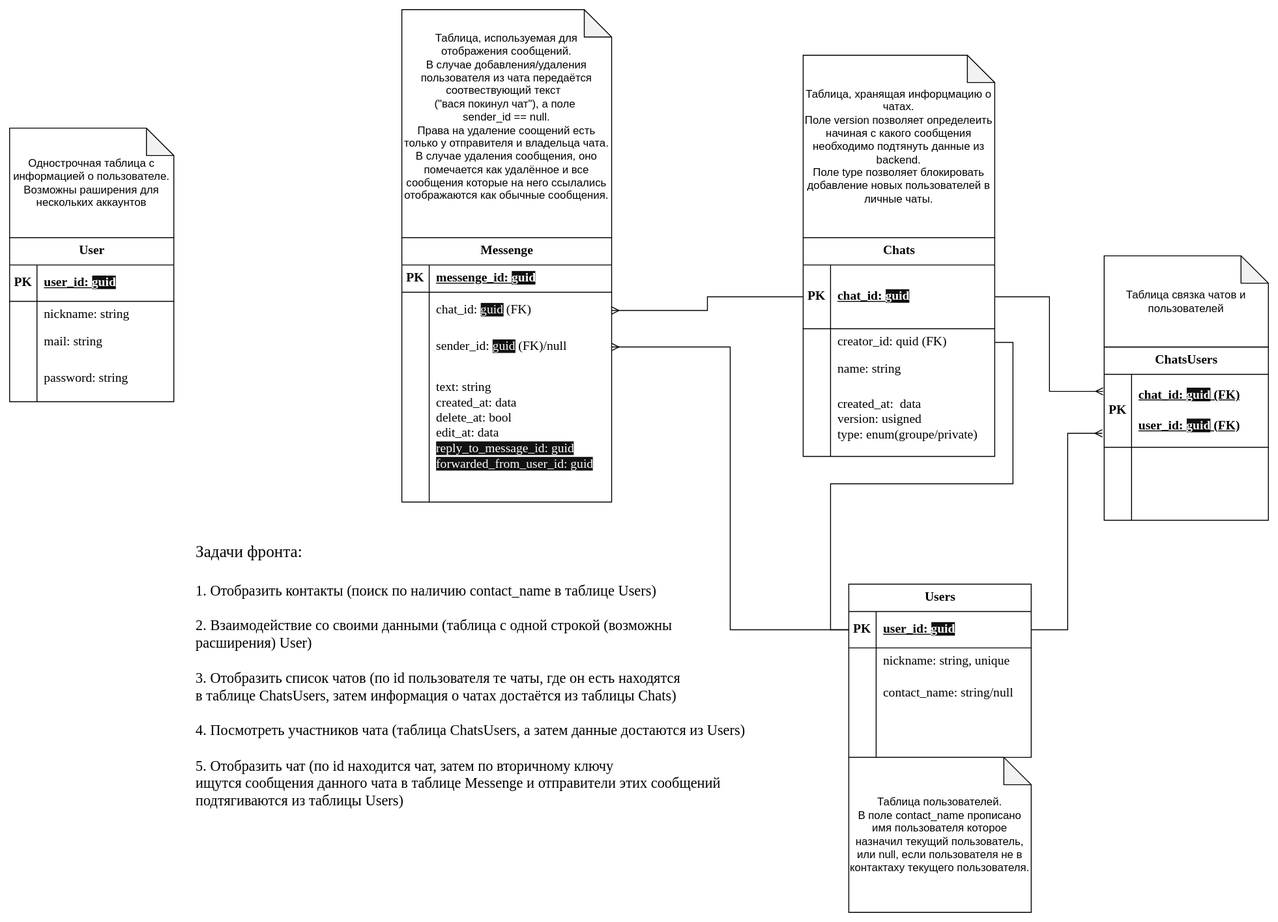
This is docs/front/DB.svg from iuschnic/simple-messenger, a draw.io export, as it was before one commit. Source tidied: cells renumbered, new cells last; positions are measured from the earlier drawing's top-left corner, leaving out a move shared by most shapes.
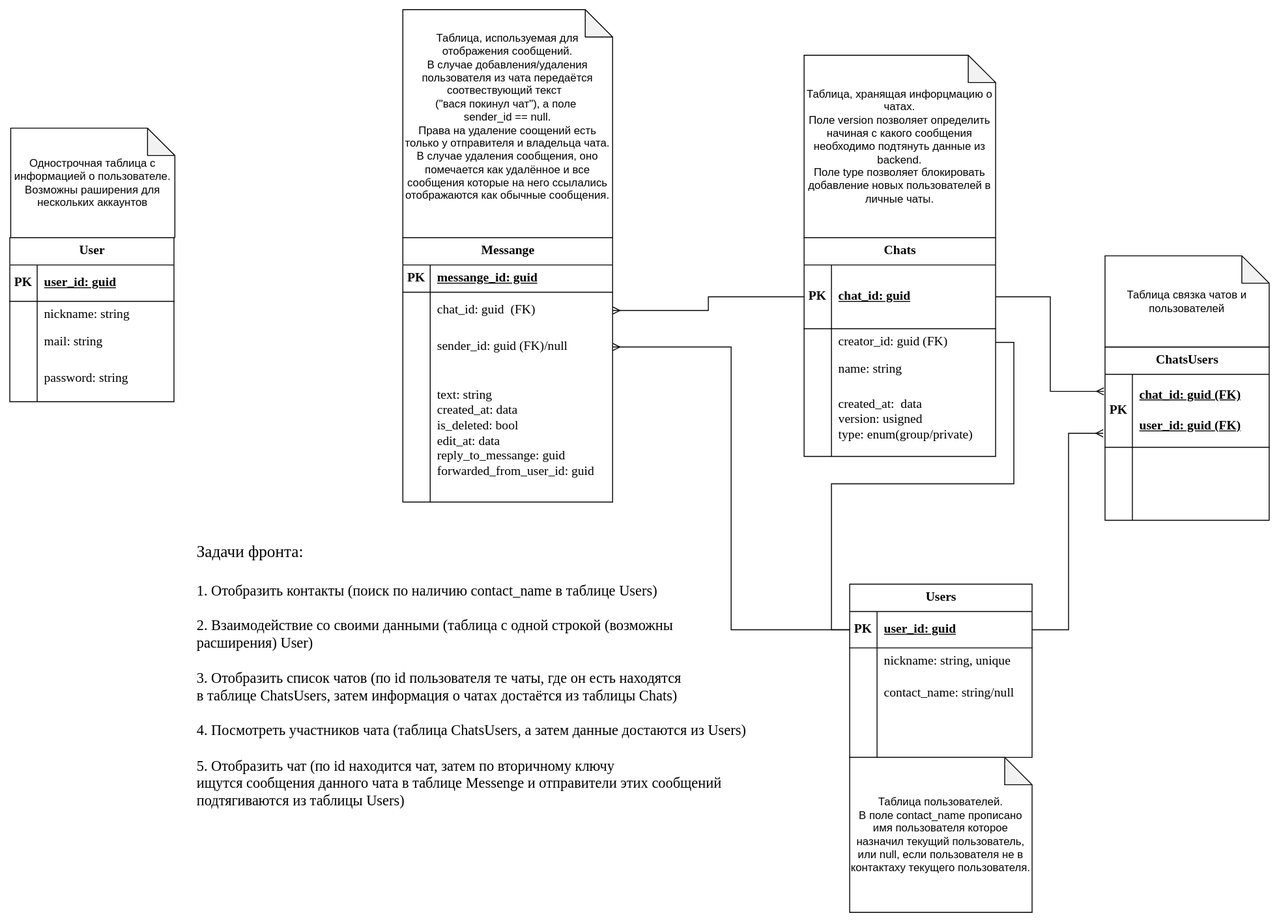
The same diagram one commit later.

Commit message:
Исправила замечания

Change to the diagram source:
```diff
@@ -2,7 +2,7 @@
   <root>
     <mxCell id="0" />
     <mxCell id="1" parent="0" />
-    <mxCell id="2" value="Messenge" style="shape=table;startSize=30;rowLines=0;fontStyle=1;align=center;html=1;fontFamily=Times New Roman;fontSize=14;" parent="1" vertex="1">
+    <mxCell id="2" value="Messange" style="shape=table;startSize=30;rowLines=0;fontStyle=1;align=center;html=1;fontFamily=Times New Roman;fontSize=14;" parent="1" vertex="1">
       <mxGeometry x="430" y="250" width="230" height="290" as="geometry" />
     </mxCell>
     <mxCell id="3" style="shape=tableRow;horizontal=0;startSize=0;swimlaneHead=0;swimlaneBody=0;fillColor=none;top=0;left=0;right=0;bottom=1;fontFamily=Times New Roman;fontSize=14;" parent="2" vertex="1">
@@ -11,7 +11,7 @@
     <mxCell id="4" value="&lt;font style=&quot;font-size: 14px;&quot;&gt;PK&lt;/font&gt;" style="shape=partialRectangle;fillColor=none;top=0;left=0;bottom=0;right=0;fontStyle=1;overflow=hidden;whiteSpace=wrap;html=1;fontFamily=Times New Roman;fontSize=14;" parent="3" vertex="1">
       <mxGeometry width="30" height="30" as="geometry" />
     </mxCell>
-    <mxCell id="5" value="&lt;font style=&quot;font-size: 14px;&quot;&gt;messenge_id:&amp;nbsp;&lt;/font&gt;&lt;span style=&quot;color: rgb(255, 255, 255); background-color: rgb(18, 18, 18);&quot;&gt;guid&lt;/span&gt;" style="shape=partialRectangle;fillColor=none;top=0;left=0;bottom=0;right=0;align=left;spacingLeft=6;fontStyle=5;overflow=hidden;whiteSpace=wrap;html=1;fontFamily=Times New Roman;fontSize=14;" parent="3" vertex="1">
+    <mxCell id="5" value="&lt;font style=&quot;font-size: 14px;&quot;&gt;messange_id: guid&lt;/font&gt;" style="shape=partialRectangle;fillColor=none;top=0;left=0;bottom=0;right=0;align=left;spacingLeft=6;fontStyle=5;overflow=hidden;whiteSpace=wrap;html=1;fontFamily=Times New Roman;fontSize=14;" parent="3" vertex="1">
       <mxGeometry x="30" width="200" height="30" as="geometry" />
     </mxCell>
     <mxCell id="6" style="shape=tableRow;horizontal=0;startSize=0;swimlaneHead=0;swimlaneBody=0;fillColor=none;points=[[0,0.5],[1,0.5]];portConstraint=eastwest;top=0;left=0;right=0;bottom=0;fontFamily=Times New Roman;fontSize=14;" parent="2" vertex="1">
@@ -20,7 +20,7 @@
     <mxCell id="7" style="shape=partialRectangle;fillColor=none;top=0;left=0;bottom=0;right=0;overflow=hidden;whiteSpace=wrap;html=1;fontFamily=Times New Roman;fontSize=14;" parent="6" vertex="1">
       <mxGeometry width="30" height="40" as="geometry" />
     </mxCell>
-    <mxCell id="8" value="chat_id:&amp;nbsp;&lt;span style=&quot;color: rgb(255, 255, 255); background-color: rgb(18, 18, 18);&quot;&gt;guid&lt;/span&gt;&amp;nbsp;(FK)" style="shape=partialRectangle;fillColor=none;top=0;left=0;bottom=0;right=0;align=left;spacingLeft=6;overflow=hidden;whiteSpace=wrap;html=1;fontFamily=Times New Roman;fontSize=14;" parent="6" vertex="1">
+    <mxCell id="8" value="chat_id: guid&amp;nbsp;&amp;nbsp;(FK)" style="shape=partialRectangle;fillColor=none;top=0;left=0;bottom=0;right=0;align=left;spacingLeft=6;overflow=hidden;whiteSpace=wrap;html=1;fontFamily=Times New Roman;fontSize=14;" parent="6" vertex="1">
       <mxGeometry x="30" width="200" height="40" as="geometry" />
     </mxCell>
     <mxCell id="9" style="shape=tableRow;horizontal=0;startSize=0;swimlaneHead=0;swimlaneBody=0;fillColor=none;points=[[0,0.5],[1,0.5]];portConstraint=eastwest;top=0;left=0;right=0;bottom=0;fontFamily=Times New Roman;fontSize=14;" parent="2" vertex="1">
@@ -29,7 +29,7 @@
     <mxCell id="10" style="shape=partialRectangle;fillColor=none;top=0;left=0;bottom=0;right=0;overflow=hidden;whiteSpace=wrap;html=1;fontFamily=Times New Roman;fontSize=14;" parent="9" vertex="1">
       <mxGeometry width="30" height="40" as="geometry" />
     </mxCell>
-    <mxCell id="11" value="sender_id:&amp;nbsp;&lt;span style=&quot;color: rgb(255, 255, 255); background-color: rgb(18, 18, 18);&quot;&gt;guid&lt;/span&gt;&amp;nbsp;(FK)/null" style="shape=partialRectangle;fillColor=none;top=0;left=0;bottom=0;right=0;align=left;spacingLeft=6;overflow=hidden;whiteSpace=wrap;html=1;fontFamily=Times New Roman;fontSize=14;" parent="9" vertex="1">
+    <mxCell id="11" value="sender_id: guid&amp;nbsp;(FK)/null" style="shape=partialRectangle;fillColor=none;top=0;left=0;bottom=0;right=0;align=left;spacingLeft=6;overflow=hidden;whiteSpace=wrap;html=1;fontFamily=Times New Roman;fontSize=14;" parent="9" vertex="1">
       <mxGeometry x="30" width="200" height="40" as="geometry" />
     </mxCell>
     <mxCell id="12" style="shape=tableRow;horizontal=0;startSize=0;swimlaneHead=0;swimlaneBody=0;fillColor=none;top=0;left=0;right=0;bottom=0;fontFamily=Times New Roman;fontSize=14;" parent="2" vertex="1">
@@ -38,7 +38,7 @@
     <mxCell id="13" style="shape=partialRectangle;fillColor=none;top=0;left=0;bottom=0;right=0;overflow=hidden;whiteSpace=wrap;html=1;fontFamily=Times New Roman;fontSize=14;" parent="12" vertex="1">
       <mxGeometry width="30" height="150" as="geometry" />
     </mxCell>
-    <mxCell id="14" value="&lt;div&gt;&lt;span style=&quot;background-color: initial;&quot;&gt;text: string&lt;/span&gt;&lt;/div&gt;&lt;div&gt;created_at: data&lt;/div&gt;&lt;div&gt;delete_at: bool&lt;/div&gt;&lt;div&gt;edit_at: data&lt;/div&gt;&lt;div style=&quot;&quot;&gt;&lt;span style=&quot;background-color: rgb(18, 18, 18); color: rgb(255, 255, 255);&quot;&gt;&lt;font face=&quot;Times New Roman&quot; style=&quot;font-size: 14px;&quot;&gt;reply_to_message_id: guid&lt;/font&gt;&lt;/span&gt;&lt;/div&gt;&lt;div style=&quot;&quot;&gt;&lt;span style=&quot;color: rgb(255, 255, 255); background-color: rgb(18, 18, 18);&quot;&gt;&lt;font style=&quot;font-size: 14px;&quot; face=&quot;Times New Roman&quot;&gt;forwarded_from_user_id: guid&lt;/font&gt;&lt;/span&gt;&lt;/div&gt;&lt;div style=&quot;&quot;&gt;&lt;br&gt;&lt;/div&gt;" style="shape=partialRectangle;fillColor=none;top=0;left=0;bottom=0;right=0;align=left;spacingLeft=6;overflow=hidden;whiteSpace=wrap;html=1;fontFamily=Times New Roman;fontSize=14;" parent="12" vertex="1">
+    <mxCell id="14" value="&lt;div&gt;&lt;span style=&quot;background-color: initial;&quot;&gt;text: string&lt;/span&gt;&lt;/div&gt;&lt;div&gt;created_at: data&lt;/div&gt;&lt;div&gt;is_deleted: bool&lt;/div&gt;&lt;div&gt;edit_at: data&lt;/div&gt;&lt;div&gt;reply_to_messange: guid&lt;/div&gt;&lt;div&gt;forwarded_from_user_id: guid&lt;/div&gt;" style="shape=partialRectangle;fillColor=none;top=0;left=0;bottom=0;right=0;align=left;spacingLeft=6;overflow=hidden;whiteSpace=wrap;html=1;fontFamily=Times New Roman;fontSize=14;" parent="12" vertex="1">
       <mxGeometry x="30" width="200" height="150" as="geometry" />
     </mxCell>
     <mxCell id="15" value="Chats" style="shape=table;startSize=30;rowLines=0;fontStyle=1;align=center;html=1;fontFamily=Times New Roman;fontSize=14;" parent="1" vertex="1">
@@ -50,7 +50,7 @@
     <mxCell id="17" value="&lt;font style=&quot;font-size: 14px;&quot;&gt;PK&lt;/font&gt;" style="shape=partialRectangle;fillColor=none;top=0;left=0;bottom=0;right=0;fontStyle=1;overflow=hidden;whiteSpace=wrap;html=1;fontFamily=Times New Roman;fontSize=14;" parent="16" vertex="1">
       <mxGeometry width="30" height="70" as="geometry" />
     </mxCell>
-    <mxCell id="18" value="chat_id:&amp;nbsp;&lt;span style=&quot;color: rgb(255, 255, 255); background-color: rgb(18, 18, 18);&quot;&gt;guid&lt;/span&gt;" style="shape=partialRectangle;fillColor=none;top=0;left=0;bottom=0;right=0;align=left;spacingLeft=6;fontStyle=5;overflow=hidden;whiteSpace=wrap;html=1;fontFamily=Times New Roman;fontSize=14;" parent="16" vertex="1">
+    <mxCell id="18" value="chat_id: guid" style="shape=partialRectangle;fillColor=none;top=0;left=0;bottom=0;right=0;align=left;spacingLeft=6;fontStyle=5;overflow=hidden;whiteSpace=wrap;html=1;fontFamily=Times New Roman;fontSize=14;" parent="16" vertex="1">
       <mxGeometry x="30" width="180" height="70" as="geometry" />
     </mxCell>
     <mxCell id="19" style="shape=tableRow;horizontal=0;startSize=0;swimlaneHead=0;swimlaneBody=0;fillColor=none;points=[[0,0.5],[1,0.5]];portConstraint=eastwest;top=0;left=0;right=0;bottom=0;fontFamily=Times New Roman;fontSize=14;" parent="15" vertex="1">
@@ -59,7 +59,7 @@
     <mxCell id="20" style="shape=partialRectangle;fillColor=none;top=0;left=0;bottom=0;right=0;overflow=hidden;whiteSpace=wrap;html=1;fontFamily=Times New Roman;fontSize=14;" parent="19" vertex="1">
       <mxGeometry width="30" height="30" as="geometry" />
     </mxCell>
-    <mxCell id="21" value="&lt;div&gt;creator_id: quid (FK)&lt;br&gt;&lt;/div&gt;" style="shape=partialRectangle;fillColor=none;top=0;left=0;bottom=0;right=0;align=left;spacingLeft=6;overflow=hidden;whiteSpace=wrap;html=1;fontFamily=Times New Roman;fontSize=14;" parent="19" vertex="1">
+    <mxCell id="21" value="&lt;div&gt;creator_id: guid (FK)&lt;br&gt;&lt;/div&gt;" style="shape=partialRectangle;fillColor=none;top=0;left=0;bottom=0;right=0;align=left;spacingLeft=6;overflow=hidden;whiteSpace=wrap;html=1;fontFamily=Times New Roman;fontSize=14;" parent="19" vertex="1">
       <mxGeometry x="30" width="180" height="30" as="geometry" />
     </mxCell>
     <mxCell id="22" style="shape=tableRow;horizontal=0;startSize=0;swimlaneHead=0;swimlaneBody=0;fillColor=none;top=0;left=0;right=0;bottom=0;fontFamily=Times New Roman;fontSize=14;" parent="15" vertex="1">
@@ -77,7 +77,7 @@
     <mxCell id="26" style="shape=partialRectangle;fillColor=none;top=0;left=0;bottom=0;right=0;overflow=hidden;whiteSpace=wrap;html=1;fontFamily=Times New Roman;fontSize=14;" parent="25" vertex="1">
       <mxGeometry width="30" height="80" as="geometry" />
     </mxCell>
-    <mxCell id="27" value="created_at:&amp;nbsp; data&lt;div&gt;version: usigned&lt;/div&gt;&lt;div&gt;type: enum(groupe/private)&lt;/div&gt;" style="shape=partialRectangle;fillColor=none;top=0;left=0;bottom=0;right=0;align=left;spacingLeft=6;overflow=hidden;whiteSpace=wrap;html=1;fontFamily=Times New Roman;fontSize=14;" parent="25" vertex="1">
+    <mxCell id="27" value="created_at:&amp;nbsp; data&lt;div&gt;version: usigned&lt;/div&gt;&lt;div&gt;type: enum(group/private)&lt;/div&gt;" style="shape=partialRectangle;fillColor=none;top=0;left=0;bottom=0;right=0;align=left;spacingLeft=6;overflow=hidden;whiteSpace=wrap;html=1;fontFamily=Times New Roman;fontSize=14;" parent="25" vertex="1">
       <mxGeometry x="30" width="180" height="80" as="geometry" />
     </mxCell>
     <mxCell id="28" value="Users" style="shape=table;startSize=30;rowLines=0;fontStyle=1;align=center;html=1;fontFamily=Times New Roman;fontSize=14;" parent="1" vertex="1">
@@ -89,7 +89,7 @@
     <mxCell id="30" value="&lt;font style=&quot;font-size: 14px;&quot;&gt;PK&lt;/font&gt;" style="shape=partialRectangle;fillColor=none;top=0;left=0;bottom=0;right=0;fontStyle=1;overflow=hidden;whiteSpace=wrap;html=1;fontFamily=Times New Roman;fontSize=14;" parent="29" vertex="1">
       <mxGeometry width="30" height="40" as="geometry" />
     </mxCell>
-    <mxCell id="31" value="&lt;font style=&quot;font-size: 14px;&quot;&gt;user_id:&amp;nbsp;&lt;/font&gt;&lt;span style=&quot;color: rgb(255, 255, 255); background-color: rgb(18, 18, 18);&quot;&gt;guid&lt;/span&gt;" style="shape=partialRectangle;fillColor=none;top=0;left=0;bottom=0;right=0;align=left;spacingLeft=6;fontStyle=5;overflow=hidden;whiteSpace=wrap;html=1;fontFamily=Times New Roman;fontSize=14;" parent="29" vertex="1">
+    <mxCell id="31" value="&lt;font style=&quot;font-size: 14px;&quot;&gt;user_id: guid&lt;/font&gt;" style="shape=partialRectangle;fillColor=none;top=0;left=0;bottom=0;right=0;align=left;spacingLeft=6;fontStyle=5;overflow=hidden;whiteSpace=wrap;html=1;fontFamily=Times New Roman;fontSize=14;" parent="29" vertex="1">
       <mxGeometry x="30" width="170" height="40" as="geometry" />
     </mxCell>
     <mxCell id="32" style="shape=tableRow;horizontal=0;startSize=0;swimlaneHead=0;swimlaneBody=0;fillColor=none;top=0;left=0;right=0;bottom=0;fontFamily=Times New Roman;fontSize=14;" parent="28" vertex="1">
@@ -120,7 +120,7 @@
       <mxGeometry x="30" width="170" height="50" as="geometry" />
     </mxCell>
     <mxCell id="41" value="User" style="shape=table;startSize=30;rowLines=0;fontStyle=1;align=center;html=1;fontFamily=Times New Roman;fontSize=14;" parent="1" vertex="1">
-      <mxGeometry y="250" width="180" height="180" as="geometry" />
+      <mxGeometry x="-1" y="250" width="180" height="180" as="geometry" />
     </mxCell>
     <mxCell id="42" style="shape=tableRow;horizontal=0;startSize=0;swimlaneHead=0;swimlaneBody=0;fillColor=none;top=0;left=0;right=0;bottom=1;fontFamily=Times New Roman;fontSize=14;" parent="41" vertex="1">
       <mxGeometry y="30" width="180" height="40" as="geometry" />
@@ -128,7 +128,7 @@
     <mxCell id="43" value="&lt;font style=&quot;font-size: 14px;&quot;&gt;PK&lt;/font&gt;" style="shape=partialRectangle;fillColor=none;top=0;left=0;bottom=0;right=0;fontStyle=1;overflow=hidden;whiteSpace=wrap;html=1;fontFamily=Times New Roman;fontSize=14;" parent="42" vertex="1">
       <mxGeometry width="30" height="40" as="geometry" />
     </mxCell>
-    <mxCell id="44" value="&lt;font style=&quot;font-size: 14px;&quot;&gt;user_id:&amp;nbsp;&lt;/font&gt;&lt;span style=&quot;color: rgb(255, 255, 255); background-color: rgb(18, 18, 18);&quot;&gt;guid&lt;/span&gt;" style="shape=partialRectangle;fillColor=none;top=0;left=0;bottom=0;right=0;align=left;spacingLeft=6;fontStyle=5;overflow=hidden;whiteSpace=wrap;html=1;fontFamily=Times New Roman;fontSize=14;" parent="42" vertex="1">
+    <mxCell id="44" value="&lt;font style=&quot;font-size: 14px;&quot;&gt;user_id: guid&lt;/font&gt;" style="shape=partialRectangle;fillColor=none;top=0;left=0;bottom=0;right=0;align=left;spacingLeft=6;fontStyle=5;overflow=hidden;whiteSpace=wrap;html=1;fontFamily=Times New Roman;fontSize=14;" parent="42" vertex="1">
       <mxGeometry x="30" width="150" height="40" as="geometry" />
     </mxCell>
     <mxCell id="45" style="shape=tableRow;horizontal=0;startSize=0;swimlaneHead=0;swimlaneBody=0;fillColor=none;top=0;left=0;right=0;bottom=0;fontFamily=Times New Roman;fontSize=14;" parent="41" vertex="1">
@@ -167,7 +167,7 @@
     <mxCell id="56" value="&lt;font style=&quot;font-size: 14px;&quot;&gt;PK&lt;/font&gt;" style="shape=partialRectangle;fillColor=none;top=0;left=0;bottom=0;right=0;fontStyle=1;overflow=hidden;whiteSpace=wrap;html=1;fontFamily=Times New Roman;fontSize=14;" parent="55" vertex="1">
       <mxGeometry width="30" height="80" as="geometry" />
     </mxCell>
-    <mxCell id="57" value="&lt;font style=&quot;font-size: 14px;&quot;&gt;chat_id:&amp;nbsp;&lt;span style=&quot;color: rgb(255, 255, 255); background-color: rgb(18, 18, 18);&quot;&gt;guid&lt;/span&gt;&amp;nbsp;(FK)&lt;/font&gt;&lt;div&gt;&lt;br&gt;&lt;div&gt;&lt;font style=&quot;font-size: 14px;&quot;&gt;user_id:&amp;nbsp;&lt;/font&gt;&lt;span style=&quot;background-color: rgb(18, 18, 18); color: rgb(255, 255, 255);&quot;&gt;guid&lt;/span&gt;&lt;span style=&quot;background-color: initial;&quot;&gt;&amp;nbsp;(FK)&lt;/span&gt;&lt;/div&gt;&lt;/div&gt;" style="shape=partialRectangle;fillColor=none;top=0;left=0;bottom=0;right=0;align=left;spacingLeft=6;fontStyle=5;overflow=hidden;whiteSpace=wrap;html=1;fontFamily=Times New Roman;fontSize=14;" parent="55" vertex="1">
+    <mxCell id="57" value="&lt;font style=&quot;font-size: 14px;&quot;&gt;chat_id: guid&amp;nbsp;(FK)&lt;/font&gt;&lt;div&gt;&lt;br&gt;&lt;div&gt;&lt;font style=&quot;font-size: 14px;&quot;&gt;user_id: guid&amp;nbsp;&lt;/font&gt;&lt;span style=&quot;background-color: initial;&quot;&gt;(FK)&lt;/span&gt;&lt;/div&gt;&lt;/div&gt;" style="shape=partialRectangle;fillColor=none;top=0;left=0;bottom=0;right=0;align=left;spacingLeft=6;fontStyle=5;overflow=hidden;whiteSpace=wrap;html=1;fontFamily=Times New Roman;fontSize=14;" parent="55" vertex="1">
       <mxGeometry x="30" width="150" height="80" as="geometry" />
     </mxCell>
     <mxCell id="58" style="shape=tableRow;horizontal=0;startSize=0;swimlaneHead=0;swimlaneBody=0;fillColor=none;top=0;left=0;right=0;bottom=0;fontFamily=Times New Roman;fontSize=14;" parent="54" vertex="1">
@@ -221,7 +221,7 @@
     <mxCell id="74" value="Таблица, используемая для отображения сообщений.&lt;div style=&quot;&quot;&gt;&lt;div style=&quot;&quot;&gt;В случае добавления/удаления пользователя из чата передаётся соотвествующий текст&amp;nbsp;&amp;nbsp;&lt;/div&gt;&lt;div style=&quot;&quot;&gt;&lt;span style=&quot;background-color: initial;&quot;&gt;(&quot;вася покинул чат&quot;), а поле&amp;nbsp;&lt;/span&gt;&lt;/div&gt;&lt;div style=&quot;&quot;&gt;&lt;span style=&quot;background-color: initial;&quot;&gt;sender_id == null.&lt;/span&gt;&lt;/div&gt;&lt;div style=&quot;&quot;&gt;&lt;span style=&quot;background-color: initial;&quot;&gt;Права на удаление соощений есть только у отправителя и владельца чата.&lt;/span&gt;&lt;/div&gt;&lt;div style=&quot;&quot;&gt;&lt;span style=&quot;background-color: initial;&quot;&gt;В случае удаления сообщения, оно помечается как удалённое и все сообщения которые на него ссылались отображаются как обычные сообщения.&lt;/span&gt;&lt;/div&gt;&lt;div&gt;&lt;br&gt;&lt;/div&gt;&lt;/div&gt;" style="shape=note;whiteSpace=wrap;html=1;backgroundOutline=1;darkOpacity=0.05;" parent="1" vertex="1">
       <mxGeometry x="430" width="230" height="250" as="geometry" />
     </mxCell>
-    <mxCell id="75" value="Таблица, хранящая инфорцмацию о чатах.&lt;div&gt;Поле version позволяет определеить начиная с какого сообщения необходимо подтянуть данные из backend.&lt;/div&gt;&lt;div&gt;Поле type позволяет блокировать добавление новых пользователей в личные чаты.&lt;/div&gt;" style="shape=note;whiteSpace=wrap;html=1;backgroundOutline=1;darkOpacity=0.05;" parent="1" vertex="1">
+    <mxCell id="75" value="Таблица, хранящая инфорцмацию о чатах.&lt;div&gt;Поле version позволяет определить начиная с какого сообщения необходимо подтянуть данные из backend.&lt;/div&gt;&lt;div&gt;Поле type позволяет блокировать добавление новых пользователей в личные чаты.&lt;/div&gt;" style="shape=note;whiteSpace=wrap;html=1;backgroundOutline=1;darkOpacity=0.05;" parent="1" vertex="1">
       <mxGeometry x="870" y="50" width="210" height="200" as="geometry" />
     </mxCell>
     <mxCell id="76" value="Таблица связка чатов и пользователей" style="shape=note;whiteSpace=wrap;html=1;backgroundOutline=1;darkOpacity=0.05;" parent="1" vertex="1">
```
